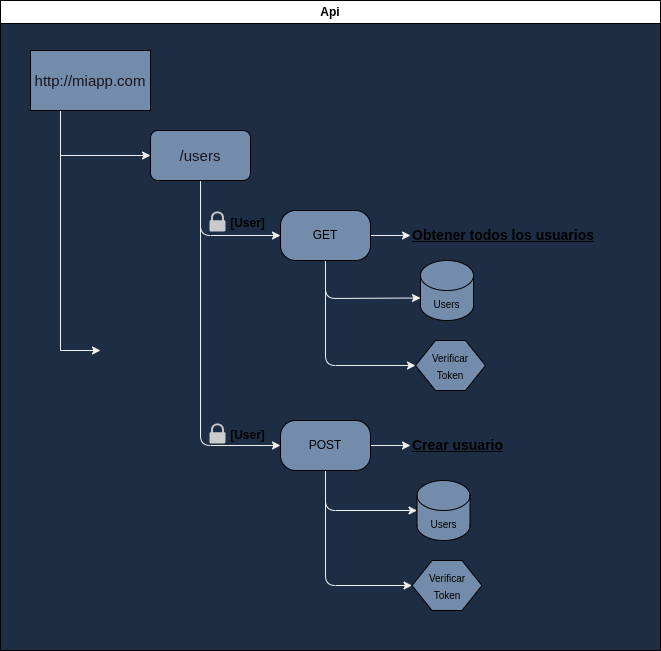
Before: app/diagram.drawio.png, a diagram exported from draw.io (Jav-mol/api_users). Source tidied: cells renumbered, new cells last; positions are measured from the earlier drawing's top-left corner, leaving out a move shared by most shapes.
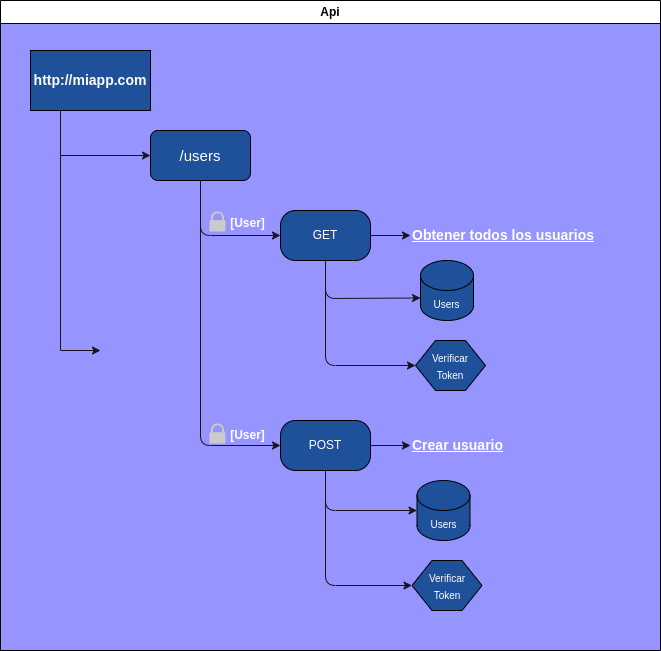
After the commit.

Change to the diagram source:
```diff
@@ -1,15 +1,15 @@
-<mxGraphModel background="#1d2d44">
+<mxGraphModel background="#9694FF">
   <root>
     <mxCell id="0" />
     <mxCell id="1" parent="0" />
-    <mxCell id="2" style="edgeStyle=none;html=1;exitX=0.25;exitY=1;exitDx=0;exitDy=0;entryX=0;entryY=0.5;entryDx=0;entryDy=0;rounded=0;strokeColor=#F0F0F0;" parent="1" edge="1" source="4" target="7">
+    <mxCell id="2" style="edgeStyle=none;html=1;exitX=0.25;exitY=1;exitDx=0;exitDy=0;entryX=0;entryY=0.5;entryDx=0;entryDy=0;rounded=0;strokeColor=#18141D;" parent="1" edge="1" source="4" target="7">
       <mxGeometry relative="1" as="geometry">
         <Array as="points">
           <mxPoint x="60" y="155" />
         </Array>
       </mxGeometry>
     </mxCell>
-    <mxCell id="3" style="edgeStyle=none;html=1;exitX=0.25;exitY=1;exitDx=0;exitDy=0;strokeColor=#F0F0F0;rounded=0;" parent="1" edge="1" source="4">
+    <mxCell id="3" style="edgeStyle=none;html=1;exitX=0.25;exitY=1;exitDx=0;exitDy=0;rounded=0;strokeColor=#18141D;" parent="1" edge="1" source="4">
       <mxGeometry relative="1" as="geometry">
         <mxPoint x="100" y="350" as="targetPoint" />
         <Array as="points">
@@ -17,99 +17,99 @@
         </Array>
       </mxGeometry>
     </mxCell>
-    <mxCell id="4" value="&lt;font color=&quot;#18141d&quot; style=&quot;font-size: 15px;&quot;&gt;http://miapp.com&lt;/font&gt;" style="rounded=0;whiteSpace=wrap;html=1;fillColor=#748cab;" parent="1" vertex="1">
+    <mxCell id="4" value="&lt;font color=&quot;#ffffff&quot; style=&quot;font-size: 14px;&quot;&gt;http://miapp.com&lt;/font&gt;" style="rounded=0;whiteSpace=wrap;html=1;fillColor=#1F509A;fontStyle=1;" parent="1" vertex="1">
       <mxGeometry x="30" y="50" width="120" height="60" as="geometry" />
     </mxCell>
-    <mxCell id="5" style="edgeStyle=none;html=1;exitX=0.5;exitY=1;exitDx=0;exitDy=0;entryX=0;entryY=0.5;entryDx=0;entryDy=0;fontSize=14;strokeColor=#F0F0F0;" parent="1" edge="1" source="7" target="11">
+    <mxCell id="5" style="edgeStyle=none;html=1;exitX=0.5;exitY=1;exitDx=0;exitDy=0;entryX=0;entryY=0.5;entryDx=0;entryDy=0;fontSize=14;strokeColor=#18141D;" parent="1" edge="1" source="7" target="11">
       <mxGeometry relative="1" as="geometry">
         <Array as="points">
           <mxPoint x="200" y="235" />
         </Array>
       </mxGeometry>
     </mxCell>
-    <mxCell id="6" style="edgeStyle=none;html=1;exitX=0.5;exitY=1;exitDx=0;exitDy=0;fontSize=12;entryX=0;entryY=0.5;entryDx=0;entryDy=0;strokeColor=#F0F0F0;" parent="1" edge="1" source="7" target="17">
+    <mxCell id="6" style="edgeStyle=none;html=1;exitX=0.5;exitY=1;exitDx=0;exitDy=0;fontSize=12;entryX=0;entryY=0.5;entryDx=0;entryDy=0;strokeColor=#18141D;" parent="1" edge="1" source="7" target="17">
       <mxGeometry relative="1" as="geometry">
         <Array as="points">
           <mxPoint x="200" y="445" />
         </Array>
       </mxGeometry>
     </mxCell>
-    <mxCell id="7" value="&lt;font style=&quot;font-size: 15px;&quot; color=&quot;#18141d&quot;&gt;/users&lt;/font&gt;" style="rounded=1;whiteSpace=wrap;html=1;fillColor=#748cab;" parent="1" vertex="1">
+    <mxCell id="7" value="&lt;font style=&quot;font-size: 15px;&quot;&gt;/users&lt;/font&gt;" style="rounded=1;whiteSpace=wrap;html=1;fillColor=#1F509A;fontColor=#FFFFFF;" parent="1" vertex="1">
       <mxGeometry x="150" y="130" width="100" height="50" as="geometry" />
     </mxCell>
-    <mxCell id="8" style="edgeStyle=none;html=1;exitX=1;exitY=0.5;exitDx=0;exitDy=0;strokeColor=#F0F0F0;" parent="1" edge="1" source="11">
+    <mxCell id="8" style="edgeStyle=none;html=1;exitX=1;exitY=0.5;exitDx=0;exitDy=0;strokeColor=#18141D;fontColor=#FFFFFF;" parent="1" edge="1" source="11">
       <mxGeometry relative="1" as="geometry">
         <mxPoint x="410" y="235" as="targetPoint" />
       </mxGeometry>
     </mxCell>
-    <mxCell id="9" style="edgeStyle=none;html=1;exitX=0.5;exitY=1;exitDx=0;exitDy=0;fontSize=14;entryX=0;entryY=0.5;entryDx=0;entryDy=0;strokeColor=#F0F0F0;" parent="1" edge="1" source="11" target="13">
+    <mxCell id="9" style="edgeStyle=none;html=1;exitX=0.5;exitY=1;exitDx=0;exitDy=0;fontSize=14;entryX=0;entryY=0.5;entryDx=0;entryDy=0;strokeColor=#18141D;fontColor=#FFFFFF;" parent="1" edge="1" source="11" target="13">
       <mxGeometry relative="1" as="geometry">
         <Array as="points">
           <mxPoint x="325" y="365" />
         </Array>
       </mxGeometry>
     </mxCell>
-    <mxCell id="10" style="edgeStyle=none;html=1;exitX=0.5;exitY=1;exitDx=0;exitDy=0;entryX=0;entryY=0;entryDx=0;entryDy=37.5;entryPerimeter=0;fontSize=10;strokeColor=#F0F0F0;" parent="1" edge="1" source="11" target="12">
+    <mxCell id="10" style="edgeStyle=none;html=1;exitX=0.5;exitY=1;exitDx=0;exitDy=0;entryX=0;entryY=0;entryDx=0;entryDy=37.5;entryPerimeter=0;fontSize=10;strokeColor=#18141D;fontColor=#FFFFFF;" parent="1" edge="1" source="11" target="12">
       <mxGeometry relative="1" as="geometry">
         <Array as="points">
           <mxPoint x="325" y="298" />
         </Array>
       </mxGeometry>
     </mxCell>
-    <mxCell id="11" value="GET" style="rounded=1;whiteSpace=wrap;html=1;arcSize=30;fillColor=#748CAB;" parent="1" vertex="1">
+    <mxCell id="11" value="GET" style="rounded=1;whiteSpace=wrap;html=1;arcSize=30;fillColor=#1F509A;fontColor=#FFFFFF;" parent="1" vertex="1">
       <mxGeometry x="280" y="210" width="90" height="50" as="geometry" />
     </mxCell>
-    <mxCell id="12" value="&lt;font style=&quot;font-size: 10px;&quot;&gt;Users&lt;/font&gt;" style="shape=cylinder3;whiteSpace=wrap;html=1;boundedLbl=1;backgroundOutline=1;size=15;strokeWidth=1;fontSize=14;fillColor=#748CAB;" parent="1" vertex="1">
+    <mxCell id="12" value="&lt;font style=&quot;font-size: 10px;&quot;&gt;Users&lt;/font&gt;" style="shape=cylinder3;whiteSpace=wrap;html=1;boundedLbl=1;backgroundOutline=1;size=15;strokeWidth=1;fontSize=14;fillColor=#1F509A;fontColor=#FFFFFF;" parent="1" vertex="1">
       <mxGeometry x="420" y="260" width="53" height="60" as="geometry" />
     </mxCell>
-    <mxCell id="13" value="&lt;font style=&quot;font-size: 10px;&quot;&gt;Verificar &lt;br&gt;Token&lt;/font&gt;" style="shape=hexagon;perimeter=hexagonPerimeter2;whiteSpace=wrap;html=1;fixedSize=1;strokeWidth=1;fontSize=14;fillColor=#748CAB;" parent="1" vertex="1">
+    <mxCell id="13" value="&lt;font style=&quot;font-size: 10px;&quot;&gt;Verificar &lt;br&gt;Token&lt;/font&gt;" style="shape=hexagon;perimeter=hexagonPerimeter2;whiteSpace=wrap;html=1;fixedSize=1;strokeWidth=1;fontSize=14;fillColor=#1F509A;fontColor=#FFFFFF;" parent="1" vertex="1">
       <mxGeometry x="415" y="340" width="70" height="50" as="geometry" />
     </mxCell>
-    <mxCell id="14" style="edgeStyle=none;html=1;exitX=1;exitY=0.5;exitDx=0;exitDy=0;fontSize=12;strokeColor=#F0F0F0;" parent="1" edge="1" source="17" target="20">
+    <mxCell id="14" style="edgeStyle=none;html=1;exitX=1;exitY=0.5;exitDx=0;exitDy=0;fontSize=12;strokeColor=#18141D;fontColor=#FFFFFF;" parent="1" edge="1" source="17" target="20">
       <mxGeometry relative="1" as="geometry" />
     </mxCell>
-    <mxCell id="15" style="edgeStyle=none;html=1;exitX=0.5;exitY=1;exitDx=0;exitDy=0;entryX=0;entryY=0.5;entryDx=0;entryDy=0;entryPerimeter=0;fontSize=12;strokeColor=#F0F0F0;" parent="1" edge="1" source="17" target="21">
+    <mxCell id="15" style="edgeStyle=none;html=1;exitX=0.5;exitY=1;exitDx=0;exitDy=0;entryX=0;entryY=0.5;entryDx=0;entryDy=0;entryPerimeter=0;fontSize=12;strokeColor=#18141D;fontColor=#FFFFFF;" parent="1" edge="1" source="17" target="21">
       <mxGeometry relative="1" as="geometry">
         <Array as="points">
           <mxPoint x="325" y="510" />
         </Array>
       </mxGeometry>
     </mxCell>
-    <mxCell id="16" style="edgeStyle=none;html=1;exitX=0.5;exitY=1;exitDx=0;exitDy=0;entryX=0;entryY=0.5;entryDx=0;entryDy=0;fontSize=12;strokeColor=#F0F0F0;" parent="1" edge="1" source="17" target="22">
+    <mxCell id="16" style="edgeStyle=none;html=1;exitX=0.5;exitY=1;exitDx=0;exitDy=0;entryX=0;entryY=0.5;entryDx=0;entryDy=0;fontSize=12;strokeColor=#18141D;fontColor=#FFFFFF;" parent="1" edge="1" source="17" target="22">
       <mxGeometry relative="1" as="geometry">
         <Array as="points">
           <mxPoint x="325" y="585" />
         </Array>
       </mxGeometry>
     </mxCell>
-    <mxCell id="17" value="POST" style="rounded=1;whiteSpace=wrap;html=1;arcSize=30;fillColor=#748CAB;" parent="1" vertex="1">
+    <mxCell id="17" value="POST" style="rounded=1;whiteSpace=wrap;html=1;arcSize=30;fillColor=#1F509A;fontColor=#FFFFFF;" parent="1" vertex="1">
       <mxGeometry x="280" y="420" width="90" height="50" as="geometry" />
     </mxCell>
-    <mxCell id="18" style="sketch=0;shadow=0;dashed=0;html=1;strokeColor=none;labelPosition=center;verticalLabelPosition=bottom;verticalAlign=top;align=center;shape=mxgraph.office.security.lock_protected;fillColor=#CCCBCB;strokeWidth=3;fontSize=12;" parent="1" vertex="1">
+    <mxCell id="18" style="sketch=0;shadow=0;dashed=0;html=1;strokeColor=none;labelPosition=center;verticalLabelPosition=bottom;verticalAlign=top;align=center;shape=mxgraph.office.security.lock_protected;fillColor=#CCCBCB;strokeWidth=3;fontSize=12;fontColor=#FFFFFF;" parent="1" vertex="1">
       <mxGeometry x="209" y="423" width="16" height="20" as="geometry" />
     </mxCell>
-    <mxCell id="19" value="&lt;b&gt;&lt;font style=&quot;font-size: 12px;&quot;&gt;[User]&lt;/font&gt;&lt;/b&gt;" style="text;html=1;align=center;verticalAlign=middle;strokeColor=none;fillColor=none;fontSize=10;" parent="1" vertex="1">
+    <mxCell id="19" value="&lt;b&gt;&lt;font style=&quot;font-size: 12px;&quot;&gt;[User]&lt;/font&gt;&lt;/b&gt;" style="text;html=1;align=center;verticalAlign=middle;strokeColor=none;fillColor=none;fontSize=10;fontColor=#FFFFFF;" parent="1" vertex="1">
       <mxGeometry x="217" y="420" width="60" height="30" as="geometry" />
     </mxCell>
-    <mxCell id="20" value="&lt;span style=&quot;font-size: 14px;&quot;&gt;Crear usuario&lt;/span&gt;" style="text;html=1;align=left;verticalAlign=middle;points=[];strokeWidth=3;fontStyle=5;" parent="1" vertex="1">
+    <mxCell id="20" value="&lt;span style=&quot;font-size: 14px;&quot;&gt;Crear usuario&lt;/span&gt;" style="text;html=1;align=left;verticalAlign=middle;points=[];strokeWidth=3;fontStyle=5;fontColor=#FFFFFF;" parent="1" vertex="1">
       <mxGeometry x="410" y="430" width="110" height="30" as="geometry" />
     </mxCell>
-    <mxCell id="21" value="&lt;font style=&quot;font-size: 10px;&quot;&gt;Users&lt;/font&gt;" style="shape=cylinder3;whiteSpace=wrap;html=1;boundedLbl=1;backgroundOutline=1;size=15;strokeWidth=1;fontSize=14;fillColor=#748CAB;" parent="1" vertex="1">
+    <mxCell id="21" value="&lt;font style=&quot;font-size: 10px;&quot;&gt;Users&lt;/font&gt;" style="shape=cylinder3;whiteSpace=wrap;html=1;boundedLbl=1;backgroundOutline=1;size=15;strokeWidth=1;fontSize=14;fillColor=#1F509A;fontColor=#FFFFFF;" parent="1" vertex="1">
       <mxGeometry x="416.5" y="480" width="53" height="60" as="geometry" />
     </mxCell>
-    <mxCell id="22" value="&lt;font style=&quot;font-size: 10px;&quot;&gt;Verificar &lt;br&gt;Token&lt;/font&gt;" style="shape=hexagon;perimeter=hexagonPerimeter2;whiteSpace=wrap;html=1;fixedSize=1;strokeWidth=1;fontSize=14;fillColor=#748CAB;" parent="1" vertex="1">
+    <mxCell id="22" value="&lt;font style=&quot;font-size: 10px;&quot;&gt;Verificar &lt;br&gt;Token&lt;/font&gt;" style="shape=hexagon;perimeter=hexagonPerimeter2;whiteSpace=wrap;html=1;fixedSize=1;strokeWidth=1;fontSize=14;fillColor=#1F509A;fontColor=#FFFFFF;" parent="1" vertex="1">
       <mxGeometry x="411.5" y="560" width="70" height="50" as="geometry" />
     </mxCell>
-    <mxCell id="23" value="&lt;span style=&quot;font-size: 14px;&quot;&gt;Obtener todos los usuarios&lt;/span&gt;" style="text;html=1;align=left;verticalAlign=middle;strokeWidth=3;fontStyle=5;" parent="1" vertex="1">
+    <mxCell id="23" value="&lt;span style=&quot;font-size: 14px;&quot;&gt;Obtener todos los usuarios&lt;/span&gt;" style="text;html=1;align=left;verticalAlign=middle;strokeWidth=3;fontStyle=5;fontColor=#FFFFFF;" parent="1" vertex="1">
       <mxGeometry x="410" y="220" width="210" height="30" as="geometry" />
     </mxCell>
     <mxCell id="24" value="Api" style="swimlane;whiteSpace=wrap;html=1;" parent="1" vertex="1">
       <mxGeometry width="660" height="650" as="geometry" />
     </mxCell>
-    <mxCell id="25" style="sketch=0;shadow=0;dashed=0;html=1;strokeColor=none;labelPosition=center;verticalLabelPosition=bottom;verticalAlign=top;align=center;shape=mxgraph.office.security.lock_protected;fillColor=#CCCBCB;strokeWidth=3;fontSize=12;" parent="24" vertex="1">
+    <mxCell id="25" style="sketch=0;shadow=0;dashed=0;html=1;strokeColor=none;labelPosition=center;verticalLabelPosition=bottom;verticalAlign=top;align=center;shape=mxgraph.office.security.lock_protected;fillColor=#CCCBCB;strokeWidth=3;fontSize=12;fontColor=#FFFFFF;" parent="24" vertex="1">
       <mxGeometry x="209" y="211" width="16" height="20" as="geometry" />
     </mxCell>
-    <mxCell id="26" value="&lt;b&gt;&lt;font style=&quot;font-size: 12px;&quot;&gt;[User]&lt;/font&gt;&lt;/b&gt;" style="text;html=1;align=center;verticalAlign=middle;strokeColor=none;fillColor=none;fontSize=10;" parent="24" vertex="1">
+    <mxCell id="26" value="&lt;b&gt;&lt;font style=&quot;font-size: 12px;&quot;&gt;[User]&lt;/font&gt;&lt;/b&gt;" style="text;html=1;align=center;verticalAlign=middle;strokeColor=none;fillColor=none;fontSize=10;fontColor=#FFFFFF;" parent="24" vertex="1">
       <mxGeometry x="217" y="208" width="60" height="30" as="geometry" />
     </mxCell>
   </root>
```
